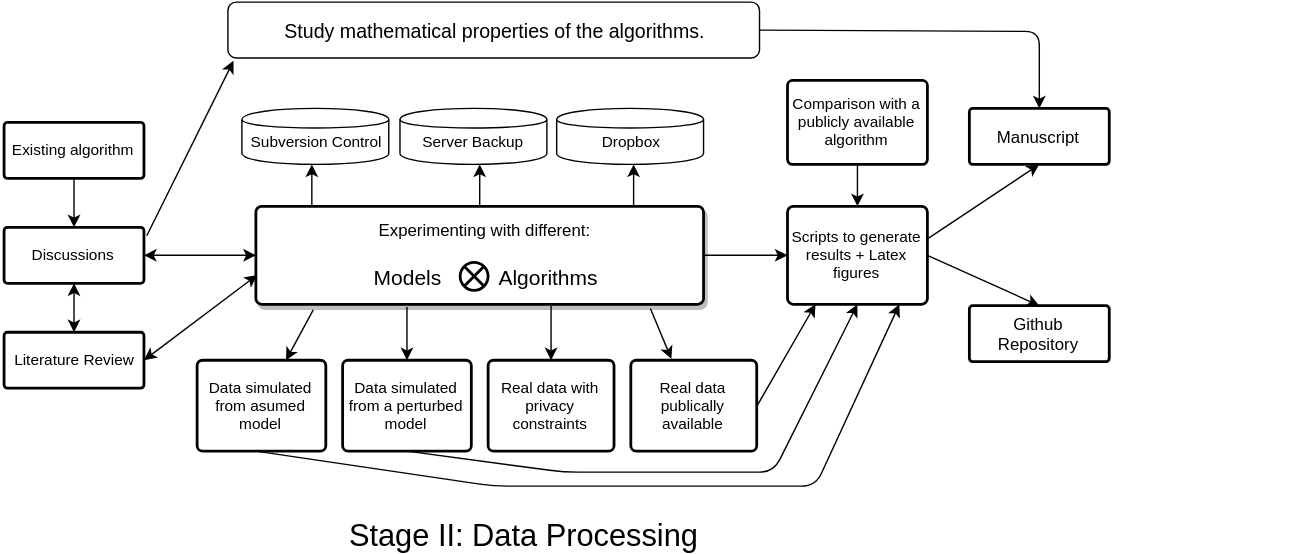
BIDS/repro-case-studies keeps this draw.io diagram as case-studies/vstaneva.svg. Above is the earlier version. Source tidied: cells renumbered, new cells last; positions are measured from the earlier drawing's top-left corner, leaving out a move shared by most shapes. Its diagram source:
```xml
<mxGraphModel background="#ffffff">
  <root>
    <mxCell id="0" />
    <mxCell id="1" parent="0" />
    <mxCell id="2" value="&lt;font style=&quot;font-size: 12px&quot;&gt;&amp;nbsp; Experimenting with &lt;font style=&quot;font-size: 12px&quot;&gt;different&lt;/font&gt;:&lt;/font&gt;&lt;div&gt;&lt;span style=&quot;font-size: 15px ; line-height: 1.2&quot;&gt;&lt;br&gt;&lt;/span&gt;&lt;/div&gt;&lt;div&gt;&lt;span style=&quot;font-size: 15px ; line-height: 1.2&quot;&gt;&amp;nbsp; Models &amp;nbsp; &amp;nbsp; &amp;nbsp; &amp;nbsp;&amp;nbsp; &lt;/span&gt;&lt;span style=&quot;font-size: 15px ; line-height: 1.2&quot;&gt;Algorithms&lt;/span&gt;&lt;/div&gt;" style="strokeWidth=2;html=1;shape=mxgraph.flowchart.process;whiteSpace=wrap;blue;fillColor=#ffffff;strokeColor=#000000;gradientColor=#FFFFFF;fontSize=11;" parent="1" vertex="1">
      <mxGeometry x="180" y="146" width="320" height="70" as="geometry" />
    </mxCell>
    <mxCell id="3" style="verticalLabelPosition=bottom;verticalAlign=top;html=1;strokeWidth=2;shape=mxgraph.flowchart.or;fontSize=10;" parent="1" vertex="1">
      <mxGeometry x="326" y="186" width="20" height="20" as="geometry" />
    </mxCell>
    <mxCell id="4" value="&lt;font style=&quot;font-size: 11px&quot;&gt;Discussions&lt;br&gt;&lt;/font&gt;" style="strokeWidth=2;html=1;shape=mxgraph.flowchart.process;whiteSpace=wrap;rotation=0;fontSize=11;" parent="1" vertex="1">
      <mxGeometry y="161" width="100" height="40" as="geometry" />
    </mxCell>
    <mxCell id="5" value="&lt;font style=&quot;font-size: 11px&quot;&gt;Existing algorithm&lt;br&gt;&lt;/font&gt;" style="strokeWidth=2;html=1;shape=mxgraph.flowchart.process;whiteSpace=wrap;fontSize=11;" parent="1" vertex="1">
      <mxGeometry y="86" width="100" height="40" as="geometry" />
    </mxCell>
    <mxCell id="6" value="&lt;font style=&quot;font-size: 11px;&quot;&gt;Literature Review&lt;/font&gt;" style="strokeWidth=2;html=1;shape=mxgraph.flowchart.process;whiteSpace=wrap;fontSize=11;" parent="1" vertex="1">
      <mxGeometry y="236" width="100" height="40" as="geometry" />
    </mxCell>
    <mxCell id="7" value="Comparison with a publicly available algorithm" style="strokeWidth=2;html=1;shape=mxgraph.flowchart.process;whiteSpace=wrap;fontSize=11;" parent="1" vertex="1">
      <mxGeometry x="560" y="56" width="100" height="60" as="geometry" />
    </mxCell>
    <mxCell id="8" value="Scripts to generate results + Latex figures" style="strokeWidth=2;html=1;shape=mxgraph.flowchart.process;whiteSpace=wrap;fontSize=11;" parent="1" vertex="1">
      <mxGeometry x="560" y="146" width="100" height="70" as="geometry" />
    </mxCell>
    <mxCell id="9" value="Manuscript&lt;br&gt;" style="strokeWidth=2;html=1;shape=mxgraph.flowchart.process;whiteSpace=wrap;" parent="1" vertex="1">
      <mxGeometry x="690" y="76" width="100" height="40" as="geometry" />
    </mxCell>
    <mxCell id="10" value="Data simulated from a perturbed model" style="strokeWidth=2;html=1;shape=mxgraph.flowchart.process;whiteSpace=wrap;fontSize=11;" parent="1" vertex="1">
      <mxGeometry x="242" y="256" width="92" height="65" as="geometry" />
    </mxCell>
    <mxCell id="11" value="Real data publically available" style="strokeWidth=2;html=1;shape=mxgraph.flowchart.process;whiteSpace=wrap;fontSize=11;" parent="1" vertex="1">
      <mxGeometry x="448" y="256" width="90" height="65" as="geometry" />
    </mxCell>
    <mxCell id="12" style="endArrow=classic;startArrow=classic;html=1;fontSize=11;entryX=0;entryY=0.5;entryPerimeter=0;" parent="1" edge="1" source="4" target="2">
      <mxGeometry relative="1" as="geometry" />
    </mxCell>
    <mxCell id="13" style="endArrow=classic;startArrow=classic;html=1;exitX=0.5;exitY=0;exitPerimeter=0;fontSize=11;entryX=0.5;entryY=1;entryPerimeter=0;" parent="1" edge="1" source="6" target="4">
      <mxGeometry relative="1" as="geometry" />
    </mxCell>
    <mxCell id="14" style="endArrow=classic;html=1;exitX=0.881;exitY=1.043;exitPerimeter=0;fontSize=11;entryX=0.322;entryY=-0.015;entryPerimeter=0;" parent="1" edge="1" source="2" target="11">
      <mxGeometry relative="1" as="geometry" />
    </mxCell>
    <mxCell id="15" style="endArrow=classic;html=1;fontSize=11;entryX=0;entryY=0.5;entryPerimeter=0;exitX=1;exitY=0.5;exitPerimeter=0;" parent="1" edge="1" source="2" target="8">
      <mxGeometry relative="1" as="geometry" />
    </mxCell>
    <mxCell id="16" style="endArrow=classic;html=1;exitX=1;exitY=0.5;exitPerimeter=0;fontSize=11;" parent="1" edge="1">
      <mxGeometry relative="1" as="geometry">
        <mxPoint x="910" y="196" as="sourcePoint" />
        <mxPoint x="910" y="196" as="targetPoint" />
      </mxGeometry>
    </mxCell>
    <mxCell id="17" style="endArrow=classic;html=1;fontSize=11;entryX=0.5;entryY=0;entryPerimeter=0;" parent="1" edge="1" source="7" target="8">
      <mxGeometry relative="1" as="geometry" />
    </mxCell>
    <mxCell id="18" style="endArrow=classic;html=1;fontSize=11;exitX=1;exitY=0.5;exitPerimeter=0;" parent="1" edge="1" source="11">
      <mxGeometry relative="1" as="geometry">
        <mxPoint x="580" y="216" as="targetPoint" />
      </mxGeometry>
    </mxCell>
    <mxCell id="19" style="endArrow=classic;html=1;exitX=0.5;exitY=1;exitPerimeter=0;fontSize=11;entryX=0.5;entryY=1;entryPerimeter=0;" parent="1" edge="1" source="10" target="8">
      <mxGeometry relative="1" as="geometry">
        <Array as="points">
          <mxPoint x="400" y="336" />
          <mxPoint x="550" y="336" />
        </Array>
      </mxGeometry>
    </mxCell>
    <mxCell id="20" style="endArrow=classic;html=1;entryX=0.8;entryY=1;entryPerimeter=0;" parent="1" edge="1" target="8">
      <mxGeometry relative="1" as="geometry">
        <mxPoint x="180" y="321" as="sourcePoint" />
        <Array as="points">
          <mxPoint x="350" y="346" />
          <mxPoint x="580" y="346" />
        </Array>
      </mxGeometry>
    </mxCell>
    <mxCell id="21" value="&lt;font style=&quot;font-size: 14px&quot;&gt;Study mathematical properties of the algorithms.&lt;/font&gt;" style="rounded=1;whiteSpace=wrap;html=1;" parent="1" vertex="1">
      <mxGeometry x="160" width="380" height="40" as="geometry" />
    </mxCell>
    <mxCell id="22" style="endArrow=classic;startArrow=classic;html=1;entryX=0.003;entryY=0.7;entryPerimeter=0;fontSize=11;exitX=1;exitY=0.5;exitPerimeter=0;" parent="1" edge="1" source="6" target="2">
      <mxGeometry relative="1" as="geometry" />
    </mxCell>
    <mxCell id="23" style="endArrow=classic;html=1;entryX=0.01;entryY=1.04;entryPerimeter=0;fontSize=11;exitX=1.02;exitY=0.15;exitPerimeter=0;" parent="1" edge="1" source="4" target="21">
      <mxGeometry relative="1" as="geometry" />
    </mxCell>
    <mxCell id="24" style="endArrow=classic;html=1;exitX=1;exitY=0.5;entryX=0.5;entryY=0;entryPerimeter=0;" parent="1" edge="1" source="21" target="9">
      <mxGeometry relative="1" as="geometry">
        <Array as="points">
          <mxPoint x="740" y="21" />
        </Array>
      </mxGeometry>
    </mxCell>
    <mxCell id="25" style="endArrow=classic;html=1;fontSize=11;" parent="1" edge="1">
      <mxGeometry relative="1" as="geometry">
        <mxPoint x="220" y="146" as="sourcePoint" />
        <mxPoint x="220" y="116" as="targetPoint" />
      </mxGeometry>
    </mxCell>
    <mxCell id="26" style="endArrow=classic;html=1;entryX=0.5;entryY=1;entryPerimeter=0;fontSize=11;" parent="1" edge="1">
      <mxGeometry relative="1" as="geometry">
        <mxPoint x="340" y="146" as="sourcePoint" />
        <mxPoint x="340" y="116" as="targetPoint" />
      </mxGeometry>
    </mxCell>
    <mxCell id="27" style="endArrow=classic;html=1;entryX=0.4;entryY=1;entryPerimeter=0;fontSize=11;" parent="1" edge="1">
      <mxGeometry relative="1" as="geometry">
        <mxPoint x="450" y="146" as="sourcePoint" />
        <mxPoint x="450" y="116" as="targetPoint" />
      </mxGeometry>
    </mxCell>
    <mxCell id="28" value="&lt;font style=&quot;font-size: 12px&quot;&gt;Github Repository&lt;/font&gt;" style="strokeWidth=2;html=1;shape=mxgraph.flowchart.process;whiteSpace=wrap;fontSize=11;rotation=0;direction=west;" parent="1" vertex="1">
      <mxGeometry x="690" y="217" width="100" height="40" as="geometry" />
    </mxCell>
    <mxCell id="29" style="endArrow=classic;html=1;fontSize=11;exitX=0.99;exitY=0.343;exitPerimeter=0;entryX=0.5;entryY=1;entryPerimeter=0;" parent="1" edge="1" source="8" target="9">
      <mxGeometry relative="1" as="geometry" />
    </mxCell>
    <mxCell id="30" style="endArrow=classic;html=1;entryX=0.5;entryY=1;entryPerimeter=0;fontSize=11;exitX=1;exitY=0.5;exitPerimeter=0;" parent="1" edge="1" source="8" target="28">
      <mxGeometry relative="1" as="geometry" />
    </mxCell>
    <mxCell id="31" value="&lt;font style=&quot;font-size: 22px&quot;&gt;Stage II: Data Processing&amp;nbsp;&lt;br&gt;&lt;/font&gt;" style="text;html=1;align=left;verticalAlign=top;spacingTop=-4;fontSize=11;" parent="1" vertex="1">
      <mxGeometry x="245" y="366" width="270" height="20" as="geometry" />
    </mxCell>
    <mxCell id="32" value="&lt;font style=&quot;font-size: 11px&quot;&gt;Subversion Control&lt;br&gt;&lt;/font&gt;" style="shape=cylinder;whiteSpace=wrap;html=1;gradientColor=#FFFFFF;fontSize=22;" parent="1" vertex="1">
      <mxGeometry x="170" y="76" width="105" height="40" as="geometry" />
    </mxCell>
    <mxCell id="33" value="&lt;font style=&quot;font-size: 11px&quot;&gt;Server Backup&lt;/font&gt;&lt;br&gt;" style="shape=cylinder;whiteSpace=wrap;html=1;gradientColor=#FFFFFF;fontSize=22;" parent="1" vertex="1">
      <mxGeometry x="283" y="76" width="105" height="40" as="geometry" />
    </mxCell>
    <mxCell id="34" value="&lt;font style=&quot;font-size: 11px&quot;&gt;Dropbox&lt;/font&gt;" style="shape=cylinder;whiteSpace=wrap;html=1;gradientColor=#FFFFFF;fontSize=22;" parent="1" vertex="1">
      <mxGeometry x="395" y="76" width="105" height="40" as="geometry" />
    </mxCell>
    <mxCell id="35" value="Real data with privacy constraints" style="strokeWidth=2;html=1;shape=mxgraph.flowchart.process;whiteSpace=wrap;fontSize=11;" parent="1" vertex="1">
      <mxGeometry x="346" y="256" width="90" height="65" as="geometry" />
    </mxCell>
    <mxCell id="36" style="endArrow=classic;html=1;fontSize=11;" parent="1" edge="1">
      <mxGeometry relative="1" as="geometry">
        <mxPoint x="391" y="217" as="sourcePoint" />
        <mxPoint x="391" y="256" as="targetPoint" />
      </mxGeometry>
    </mxCell>
    <mxCell id="37" style="endArrow=classic;html=1;fontSize=10;entryX=0.5;entryY=0;entryPerimeter=0;" parent="1" edge="1" target="10">
      <mxGeometry relative="1" as="geometry">
        <mxPoint x="288" y="218" as="sourcePoint" />
      </mxGeometry>
    </mxCell>
    <mxCell id="38" style="endArrow=classic;html=1;fontSize=10;exitX=0.5;exitY=1;exitPerimeter=0;entryX=0.5;entryY=0;entryPerimeter=0;" parent="1" edge="1" source="5" target="4">
      <mxGeometry relative="1" as="geometry" />
    </mxCell>
    <mxCell id="39" value="Data simulated from asumed model" style="strokeWidth=2;html=1;shape=mxgraph.flowchart.process;whiteSpace=wrap;fontSize=11;" parent="1" vertex="1">
      <mxGeometry x="138" y="256" width="92" height="65" as="geometry" />
    </mxCell>
    <mxCell id="40" style="endArrow=classic;html=1;exitX=0.128;exitY=1.057;exitPerimeter=0;" parent="1" edge="1" source="2" target="39">
      <mxGeometry relative="1" as="geometry" />
    </mxCell>
  </root>
</mxGraphModel>
```
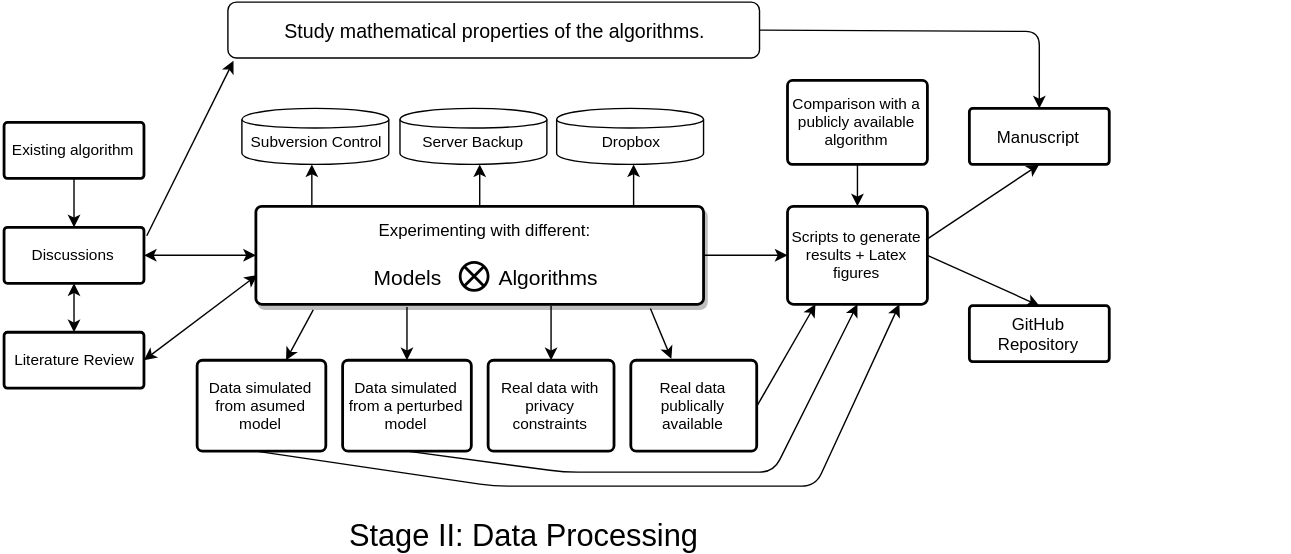
After the change.

The edit, as a diff of the source:
```diff
@@ -109,7 +109,7 @@
         <mxPoint x="450" y="116" as="targetPoint" />
       </mxGeometry>
     </mxCell>
-    <mxCell id="28" value="&lt;font style=&quot;font-size: 12px&quot;&gt;Github Repository&lt;/font&gt;" style="strokeWidth=2;html=1;shape=mxgraph.flowchart.process;whiteSpace=wrap;fontSize=11;rotation=0;direction=west;" parent="1" vertex="1">
+    <mxCell id="28" value="&lt;font style=&quot;font-size: 12px&quot;&gt;GitHub Repository&lt;/font&gt;" style="strokeWidth=2;html=1;shape=mxgraph.flowchart.process;whiteSpace=wrap;fontSize=11;rotation=0;direction=west;" parent="1" vertex="1">
       <mxGeometry x="690" y="217" width="100" height="40" as="geometry" />
     </mxCell>
     <mxCell id="29" style="endArrow=classic;html=1;fontSize=11;exitX=0.99;exitY=0.343;exitPerimeter=0;entryX=0.5;entryY=1;entryPerimeter=0;" parent="1" edge="1" source="8" target="9">
```
